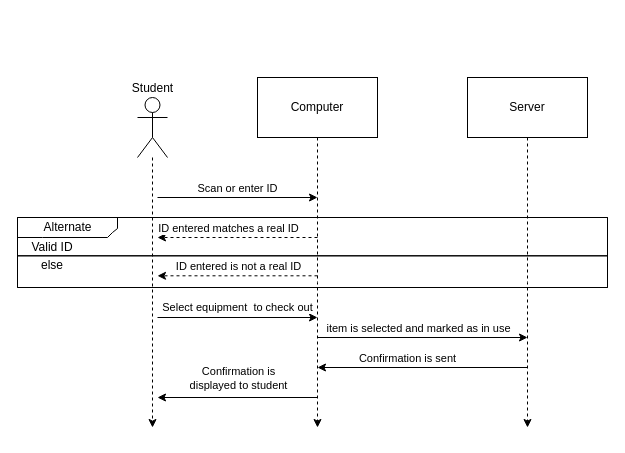
This is Student Sequence.drawio from tdavis422/SeniorProject, a draw.io file, before an edit. Source tidied: cells renumbered, new cells numbered last; positions are measured from the earlier drawing's top-left corner, leaving out a move shared by most shapes. Both pictures are drawn from the tidied source at 100%, with x=0, y=0 at pixel (17, 77).
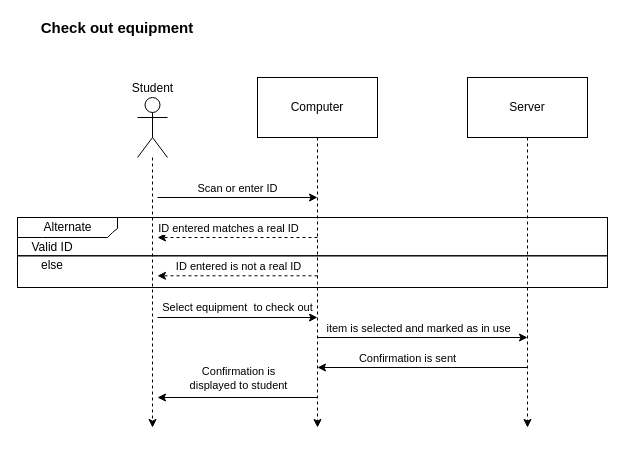
The same page after the edit.

Diff of the diagram source:
```diff
@@
+    <mxCell id="26" value="Check out equipment" style="text;html=1;strokeColor=none;fillColor=none;align=center;verticalAlign=middle;whiteSpace=wrap;rounded=0;strokeWidth=5;fontSize=15;fontStyle=1;" parent="1" vertex="1">
+      <mxGeometry x="20" y="-60" width="160" height="20" as="geometry" />
+    </mxCell>
```
